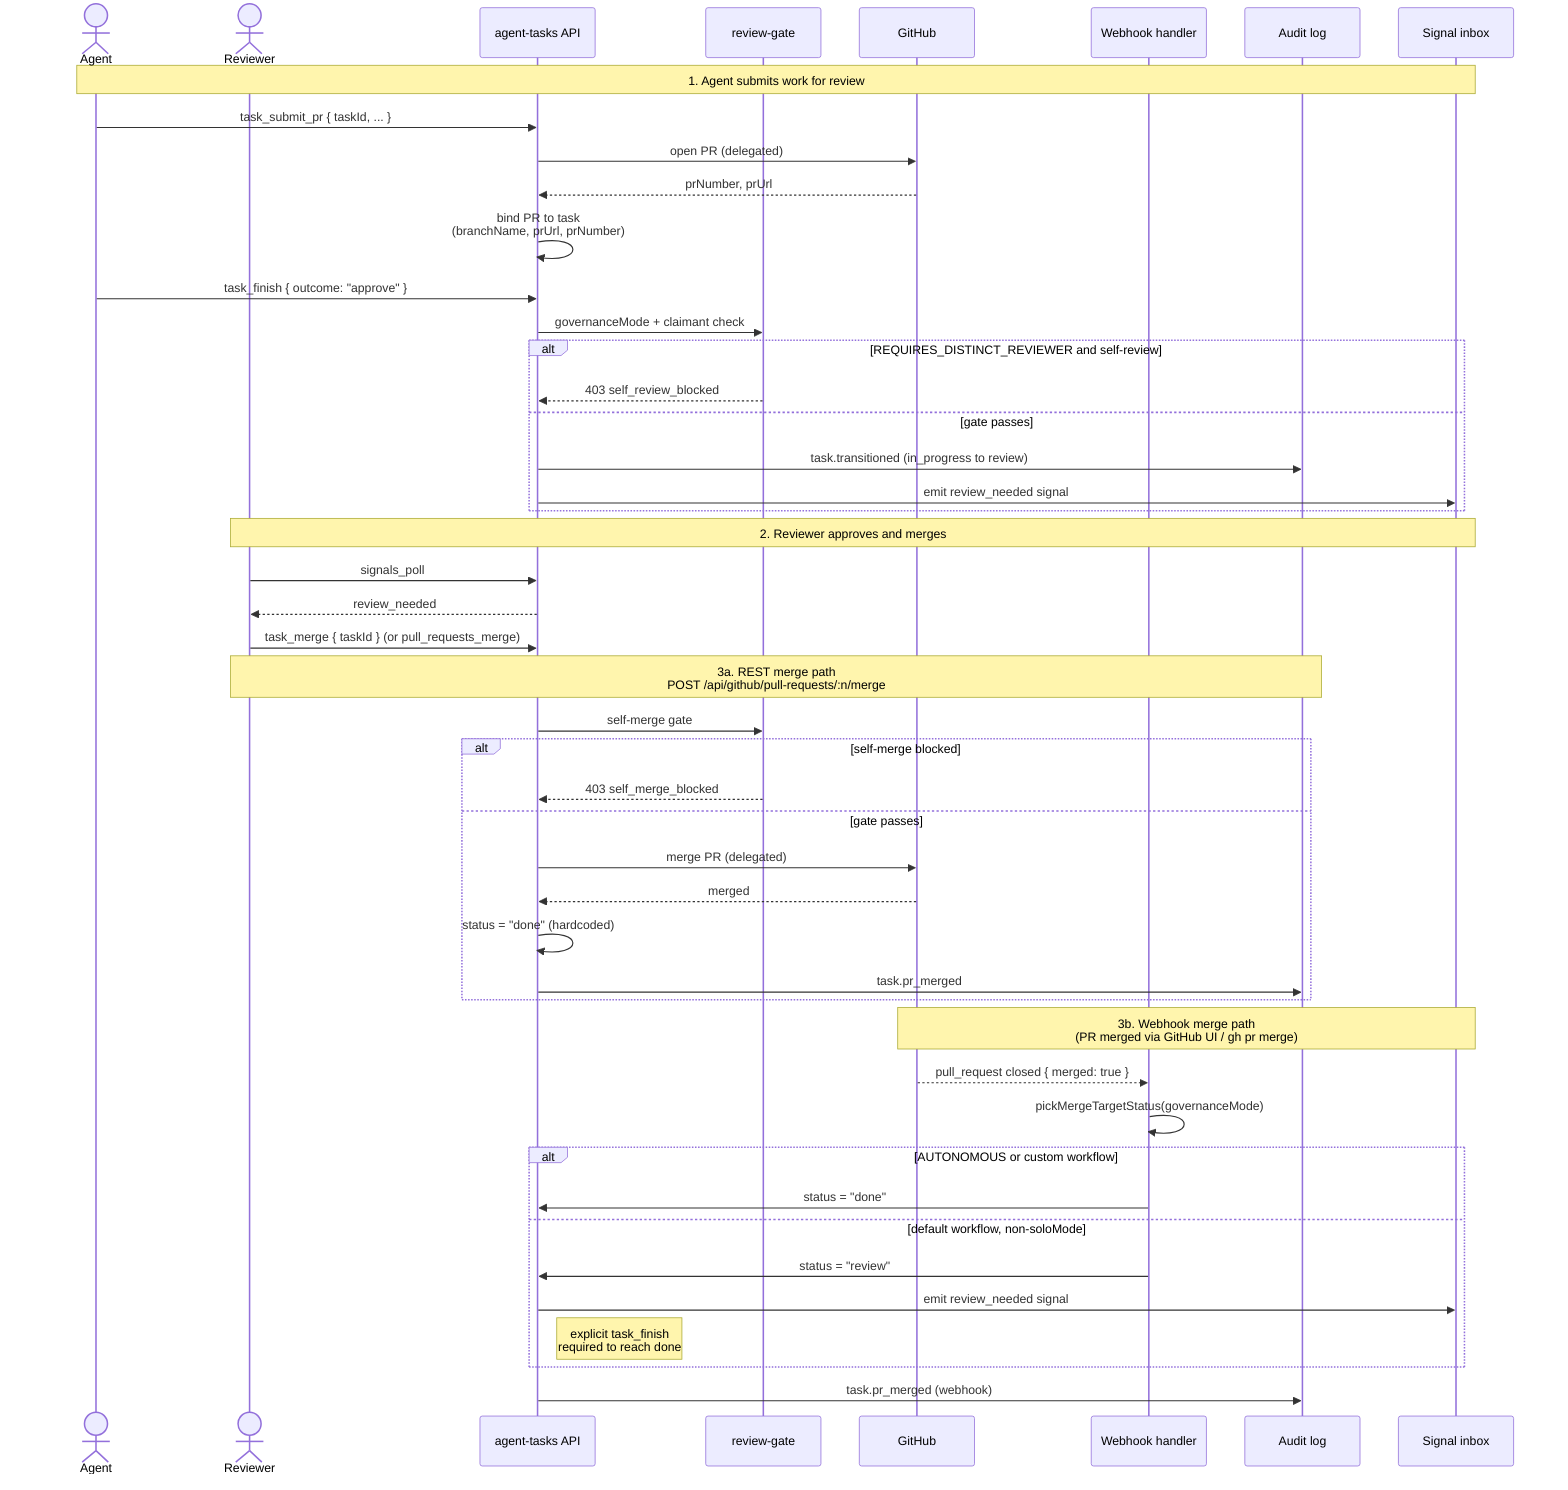
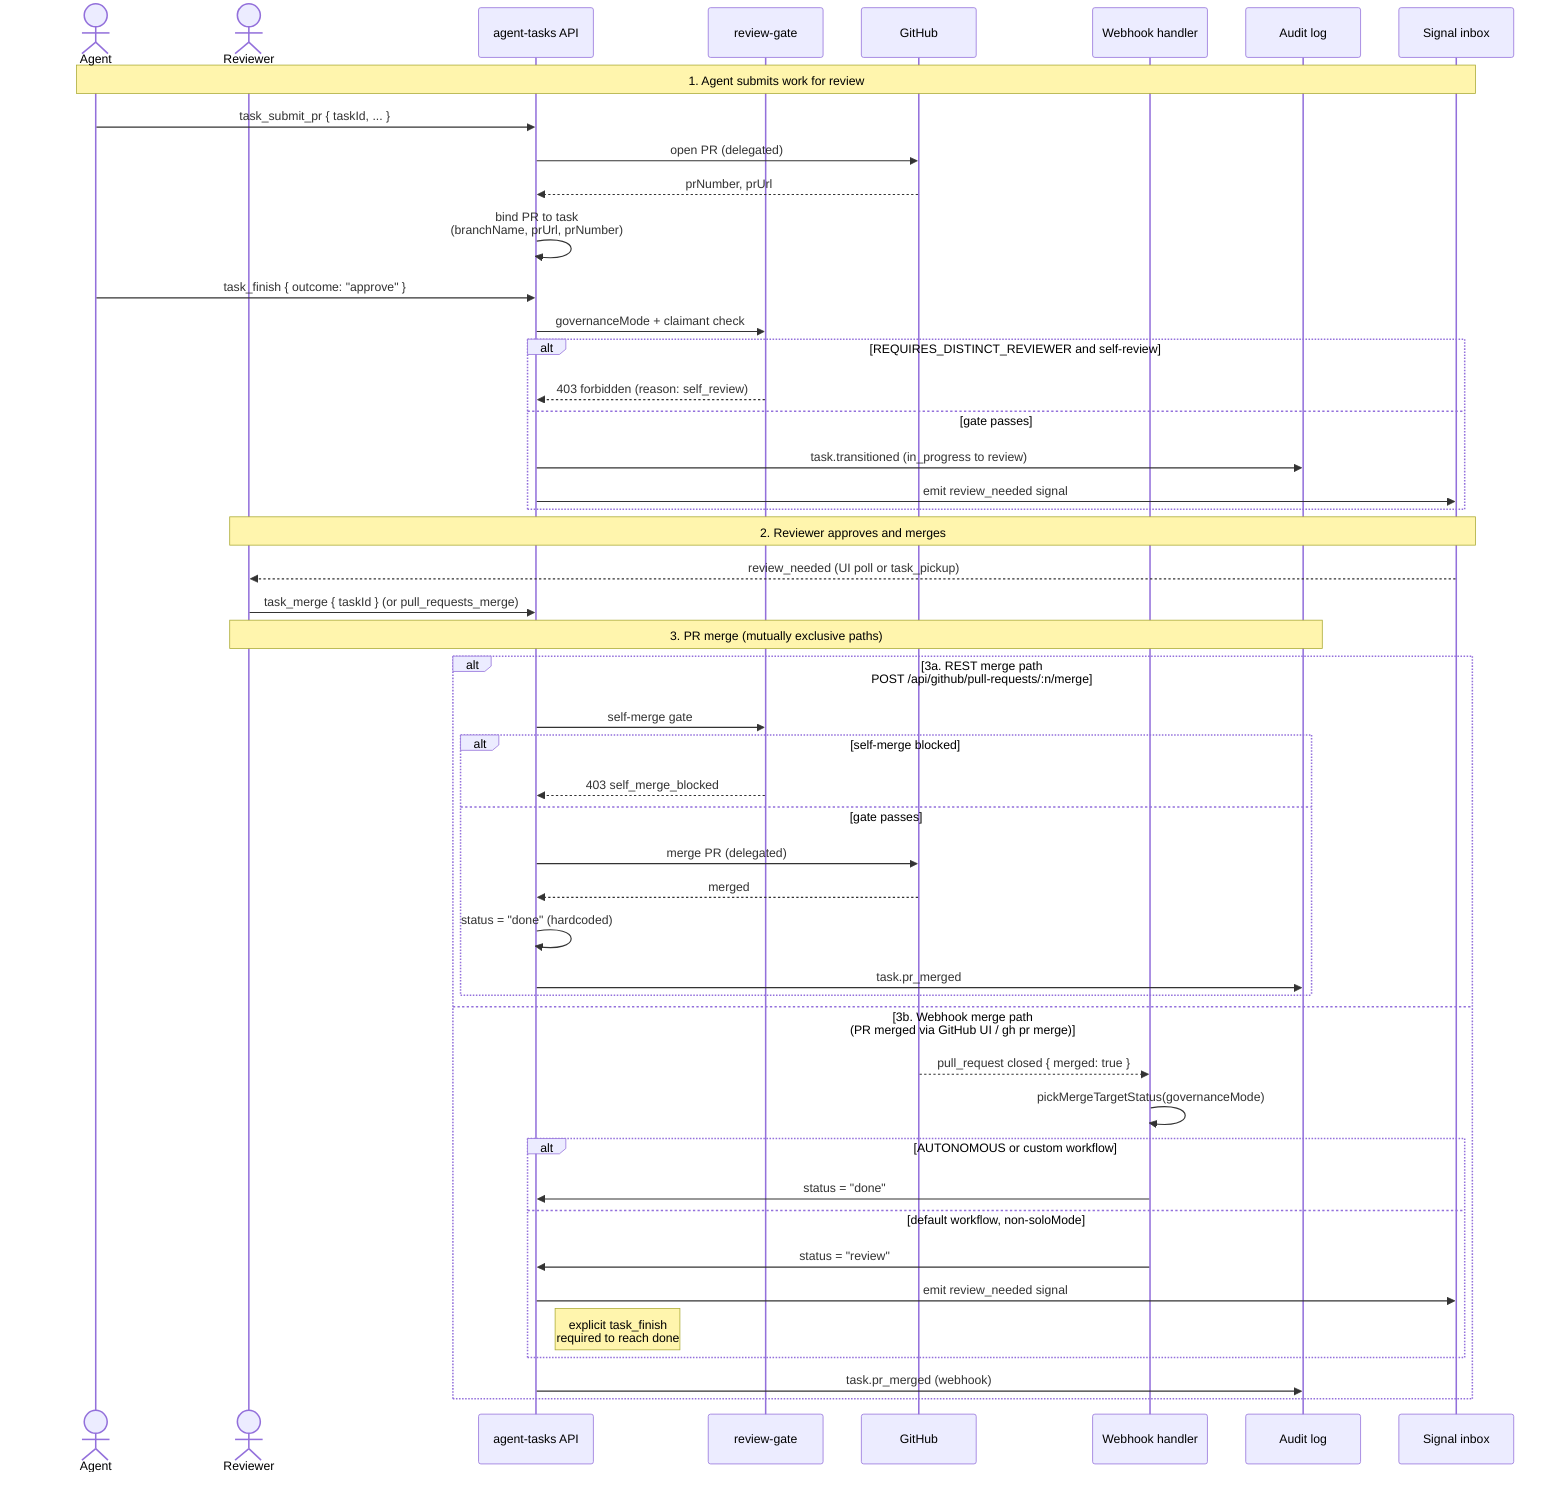
sequenceDiagram
    actor Agent
    actor Reviewer
    participant API as agent-tasks API
    participant Gate as review-gate
    participant GH as GitHub
    participant Hook as Webhook handler
    participant Audit as Audit log
    participant Inbox as Signal inbox

    Note over Agent,Inbox: 1. Agent submits work for review
    Agent->>API: task_submit_pr { taskId, ... }
    API->>GH: open PR (delegated)
    GH-->>API: prNumber, prUrl
    API->>API: bind PR to task<br/>(branchName, prUrl, prNumber)
    Agent->>API: task_finish { outcome: "approve" }
    API->>Gate: governanceMode + claimant check
    alt REQUIRES_DISTINCT_REVIEWER and self-review
-         Gate-->>API: 403 self_review_blocked
+         Gate-->>API: 403 forbidden (reason: self_review)
    else gate passes
        API->>Audit: task.transitioned (in_progress to review)
        API->>Inbox: emit review_needed signal
    end

    Note over Reviewer,Inbox: 2. Reviewer approves and merges
-     Reviewer->>API: signals_poll
-     API-->>Reviewer: review_needed
+     Inbox-->>Reviewer: review_needed (UI poll or task_pickup)
    Reviewer->>API: task_merge { taskId } (or pull_requests_merge)

-     Note over Reviewer,Audit: 3a. REST merge path<br/>POST /api/github/pull-requests/:n/merge
-     API->>Gate: self-merge gate
-     alt self-merge blocked
-         Gate-->>API: 403 self_merge_blocked
-     else gate passes
-         API->>GH: merge PR (delegated)
-         GH-->>API: merged
-         API->>API: status = "done" (hardcoded)
-         API->>Audit: task.pr_merged
+     Note over Reviewer,Audit: 3. PR merge (mutually exclusive paths)
+     alt 3a. REST merge path<br/>POST /api/github/pull-requests/:n/merge
+         API->>Gate: self-merge gate
+         alt self-merge blocked
+             Gate-->>API: 403 self_merge_blocked
+         else gate passes
+             API->>GH: merge PR (delegated)
+             GH-->>API: merged
+             API->>API: status = "done" (hardcoded)
+             API->>Audit: task.pr_merged
+         end
+     else 3b. Webhook merge path<br/>(PR merged via GitHub UI / gh pr merge)
+         GH-->>Hook: pull_request closed { merged: true }
+         Hook->>Hook: pickMergeTargetStatus(governanceMode)
+         alt AUTONOMOUS or custom workflow
+             Hook->>API: status = "done"
+         else default workflow, non-soloMode
+             Hook->>API: status = "review"
+             API->>Inbox: emit review_needed signal
+             Note right of API: explicit task_finish<br/>required to reach done
+         end
+         API->>Audit: task.pr_merged (webhook)
    end
- 
-     Note over GH,Inbox: 3b. Webhook merge path<br/>(PR merged via GitHub UI / gh pr merge)
-     GH-->>Hook: pull_request closed { merged: true }
-     Hook->>Hook: pickMergeTargetStatus(governanceMode)
-     alt AUTONOMOUS or custom workflow
-         Hook->>API: status = "done"
-     else default workflow, non-soloMode
-         Hook->>API: status = "review"
-         API->>Inbox: emit review_needed signal
-         Note right of API: explicit task_finish<br/>required to reach done
-     end
-     API->>Audit: task.pr_merged (webhook)
